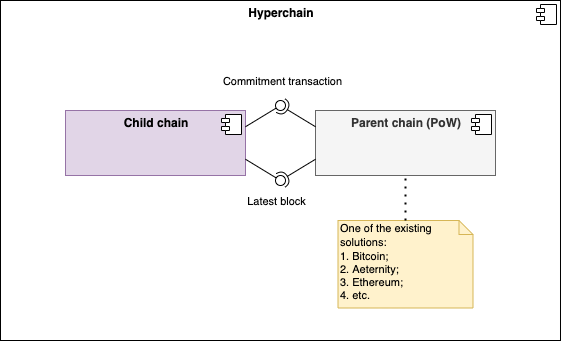
Before: images/HyperchainComponent.png, a diagram exported from draw.io (aeternity/hyperchains-whitepaper). Source tidied: cells renumbered, new cells last; positions are measured from the earlier drawing's top-left corner, leaving out a move shared by most shapes.
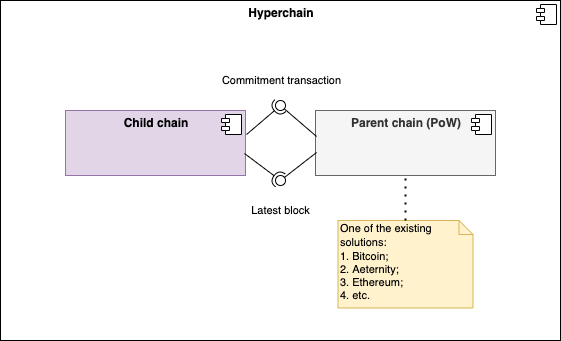
The same file after the commit.

Commit message:
Fix interface lolipop;

The edit, as a diff of the source:
```diff
@@ -26,15 +26,15 @@
         <mxPoint x="-24" y="4" as="offset" />
       </mxGeometry>
     </mxCell>
-    <mxCell id="8" style="rounded=0;jettySize=auto;html=1;endArrow=none;endFill=0;exitX=1;exitY=0.25;exitDx=0;exitDy=0;" parent="1" edge="1" source="4" target="11">
+    <mxCell id="8" style="rounded=0;jettySize=auto;html=1;endArrow=none;endFill=0;exitX=0.006;exitY=0.4;exitDx=0;exitDy=0;exitPerimeter=0;" parent="1" edge="1" source="6" target="11">
       <mxGeometry relative="1" as="geometry" />
     </mxCell>
     <mxCell id="9" value="Commitment transaction" style="edgeLabel;html=1;align=center;verticalAlign=middle;" parent="8" vertex="1">
       <mxGeometry x="0.14" y="2" relative="1" as="geometry">
-        <mxPoint x="19.1" y="-33.2" as="offset" />
+        <mxPoint x="-16.6" y="-41.9" as="offset" />
       </mxGeometry>
     </mxCell>
-    <mxCell id="10" style="rounded=0;jettySize=auto;html=1;endArrow=halfCircle;endFill=0;entryX=0.5;entryY=0.5;entryDx=0;entryDy=0;endSize=6;strokeWidth=1;exitX=0;exitY=0.25;exitDx=0;exitDy=0;" parent="1" edge="1" source="6" target="11">
+    <mxCell id="10" style="rounded=0;jettySize=auto;html=1;endArrow=halfCircle;endFill=0;entryX=0.5;entryY=0.5;entryDx=0;entryDy=0;endSize=6;strokeWidth=1;exitX=1.006;exitY=0.369;exitDx=0;exitDy=0;exitPerimeter=0;" parent="1" edge="1" source="4" target="11">
       <mxGeometry relative="1" as="geometry" />
     </mxCell>
     <mxCell id="11" style="ellipse;whiteSpace=wrap;html=1;fontFamily=Helvetica;fontSize=12;fontColor=#000000;align=center;strokeColor=#000000;fillColor=#ffffff;points=[];" parent="1" vertex="1">
@@ -43,16 +43,18 @@
     <mxCell id="12" value="&lt;div&gt;&lt;span style=&quot;font-size: 11px&quot;&gt;One of the existing solutions:&lt;/span&gt;&lt;br&gt;&lt;/div&gt;&lt;div&gt;&lt;span style=&quot;font-size: 11px&quot;&gt;1. Bitcoin;&lt;/span&gt;&lt;br&gt;&lt;/div&gt;&lt;font style=&quot;font-size: 11px&quot;&gt;&lt;div&gt;&lt;span&gt;2. Aeternity;&lt;/span&gt;&lt;/div&gt;&lt;div&gt;&lt;span&gt;3. Ethereum;&lt;/span&gt;&lt;/div&gt;&lt;div&gt;&lt;span&gt;4. etc.&lt;/span&gt;&lt;/div&gt;&lt;/font&gt;" style="shape=note;whiteSpace=wrap;html=1;size=14;verticalAlign=top;align=left;spacingTop=-6;fillColor=#fff2cc;strokeColor=#d6b656;" parent="1" vertex="1">
       <mxGeometry x="337.5" y="220" width="135" height="87.5" as="geometry" />
     </mxCell>
-    <mxCell id="13" style="rounded=0;jettySize=auto;html=1;endArrow=none;endFill=0;exitX=1;exitY=0.75;exitDx=0;exitDy=0;" parent="1" edge="1" source="4" target="16">
+    <mxCell id="13" style="rounded=0;jettySize=auto;html=1;endArrow=none;endFill=0;exitX=0.006;exitY=0.646;exitDx=0;exitDy=0;exitPerimeter=0;" parent="1" edge="1" source="6" target="16">
       <mxGeometry relative="1" as="geometry" />
     </mxCell>
     <mxCell id="14" value="Latest block" style="edgeLabel;html=1;align=center;verticalAlign=middle;" parent="13" vertex="1">
       <mxGeometry x="0.23" y="-1" relative="1" as="geometry">
-        <mxPoint x="12.7" y="29" as="offset" />
+        <mxPoint x="-15.7" y="43.5" as="offset" />
       </mxGeometry>
     </mxCell>
-    <mxCell id="15" style="rounded=0;jettySize=auto;html=1;endArrow=halfCircle;endFill=0;entryX=0.5;entryY=0.5;entryDx=0;entryDy=0;endSize=6;strokeWidth=1;exitX=0;exitY=0.75;exitDx=0;exitDy=0;" parent="1" edge="1" source="6" target="16">
-      <mxGeometry relative="1" as="geometry" />
+    <mxCell id="15" style="rounded=0;jettySize=auto;html=1;endArrow=halfCircle;endFill=0;entryX=0.5;entryY=0.5;entryDx=0;entryDy=0;endSize=6;strokeWidth=1;" parent="1" edge="1" target="16">
+      <mxGeometry relative="1" as="geometry">
+        <mxPoint x="244" y="153" as="sourcePoint" />
+      </mxGeometry>
     </mxCell>
     <mxCell id="16" style="ellipse;whiteSpace=wrap;html=1;fontFamily=Helvetica;fontSize=12;fontColor=#000000;align=center;strokeColor=#000000;fillColor=#ffffff;points=[];" parent="1" vertex="1">
       <mxGeometry x="275" y="175" width="10" height="10" as="geometry" />
```
